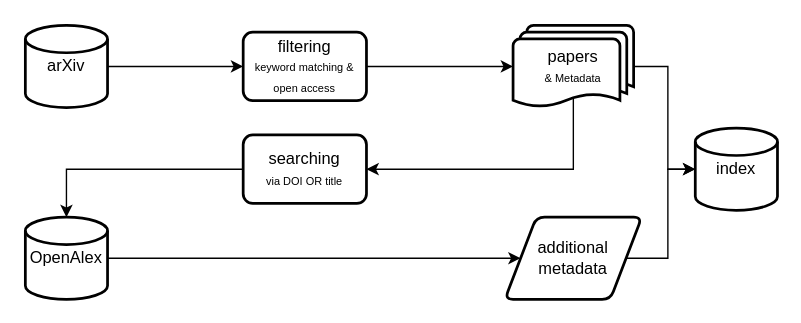
Earlier version of the draw.io diagram docs/flowchart.drawio (PatrykGadziomski/Orbit-Search-Engine). Source tidied: cells renumbered, new cells numbered last; positions are measured from the earlier drawing's top-left corner, leaving out a move shared by most shapes. Both pictures are drawn from the tidied source at 137%, with x=0, y=0 at pixel (25, 25).
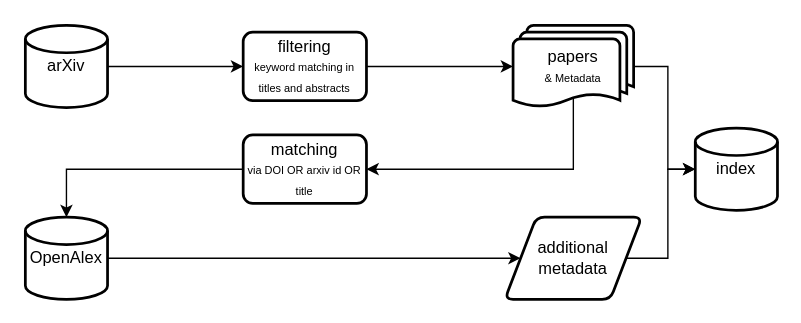
The same diagram, later.

Diff of the diagram source:
```diff
@@
-    <mxCell id="10" value="filtering&lt;div&gt;&lt;font style=&quot;font-size: 8px;&quot;&gt;keyword matching &amp;amp; open access&lt;/font&gt;&lt;/div&gt;" style="rounded=1;whiteSpace=wrap;html=1;absoluteArcSize=1;arcSize=14;strokeWidth=2;" parent="1" vertex="1">
+    <mxCell id="10" value="filtering&lt;div&gt;&lt;font style=&quot;font-size: 8px;&quot;&gt;keyword matching in titles and abstracts&lt;/font&gt;&lt;/div&gt;" style="rounded=1;whiteSpace=wrap;html=1;absoluteArcSize=1;arcSize=14;strokeWidth=2;" parent="1" vertex="1">
       <mxGeometry x="159" y="5" width="90" height="50" as="geometry" />
     </mxCell>
-    <mxCell id="11" value="searching&lt;div&gt;&lt;font style=&quot;font-size: 8px;&quot;&gt;via DOI OR title&lt;/font&gt;&lt;/div&gt;" style="rounded=1;whiteSpace=wrap;html=1;absoluteArcSize=1;arcSize=14;strokeWidth=2;" parent="1" vertex="1">
+    <mxCell id="11" value="matching&lt;br&gt;&lt;div&gt;&lt;font style=&quot;font-size: 8px;&quot;&gt;via DOI OR arxiv id OR title&lt;/font&gt;&lt;/div&gt;" style="rounded=1;whiteSpace=wrap;html=1;absoluteArcSize=1;arcSize=14;strokeWidth=2;" parent="1" vertex="1">
       <mxGeometry x="159" y="80" width="90" height="50" as="geometry" />
     </mxCell>
```
